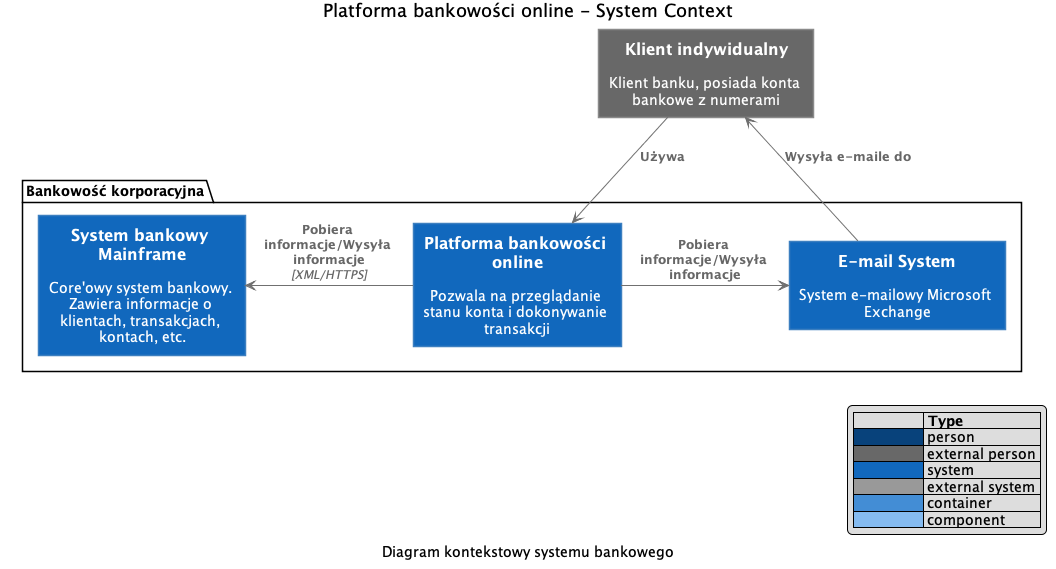
The PlantUML diagram img/c1.png in wyhasany/model-c4-generator, before a commit.
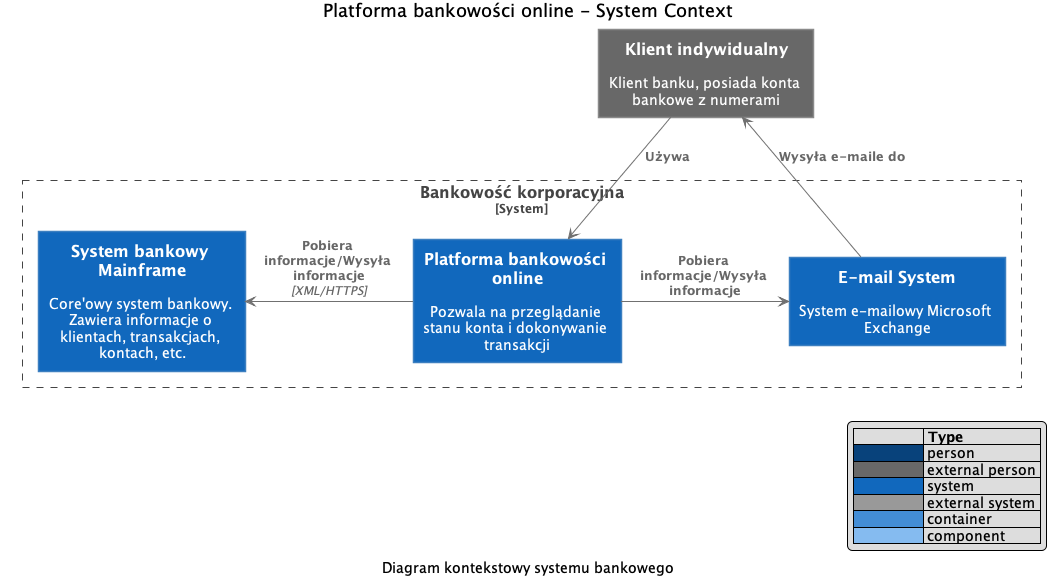
The same diagram one commit later.

Commit message:
Embrace SystemBoundary over package to polish Context Diagram

What changed in the source:
```diff
@@ -459,7 +459,7 @@
   rectangleStereotypeFontColor #ffffff
 }
 rectangle "==Klient indywidualny\n\n Klient banku, posiada konta bankowe z numerami" <<external_person>> as 1
-package "Bankowość korporacyjna" {
+rectangle "==Bankowość korporacyjna\n<size:12>[System]</size>" <<boundary>> as 82982df7-9111-41bf-ae9a-a51744989662 {
   rectangle "==E-mail System\n\n System e-mailowy Microsoft Exchange" <<system>> as 4
   rectangle "==Platforma bankowości online\n\n Pozwala na przeglądanie stanu konta i dokonywanie transakcji" <<system>> as 2
   rectangle "==System bankowy Mainframe\n\n Core'owy system bankowy. Zawiera informacje o klientach, transakcjach, kontach, etc." <<system>> as 3
```
